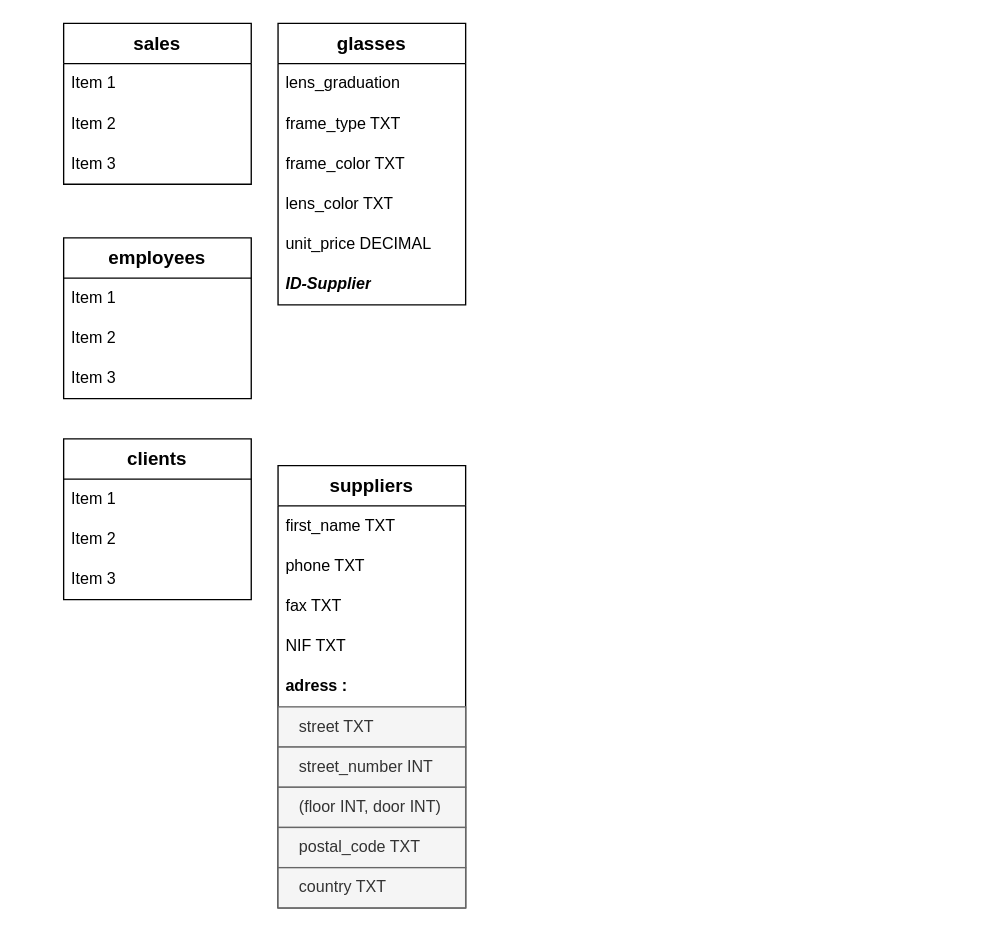
The draw.io diagram modelOptica.drawio in carlajuani/Sprint2, before the edit. Source tidied: cells renumbered, new cells numbered last; positions are measured from the earlier drawing's top-left corner, leaving out a move shared by most shapes. Both pictures are drawn from the tidied source at 134%, with x=0, y=0 at pixel (63, 23).
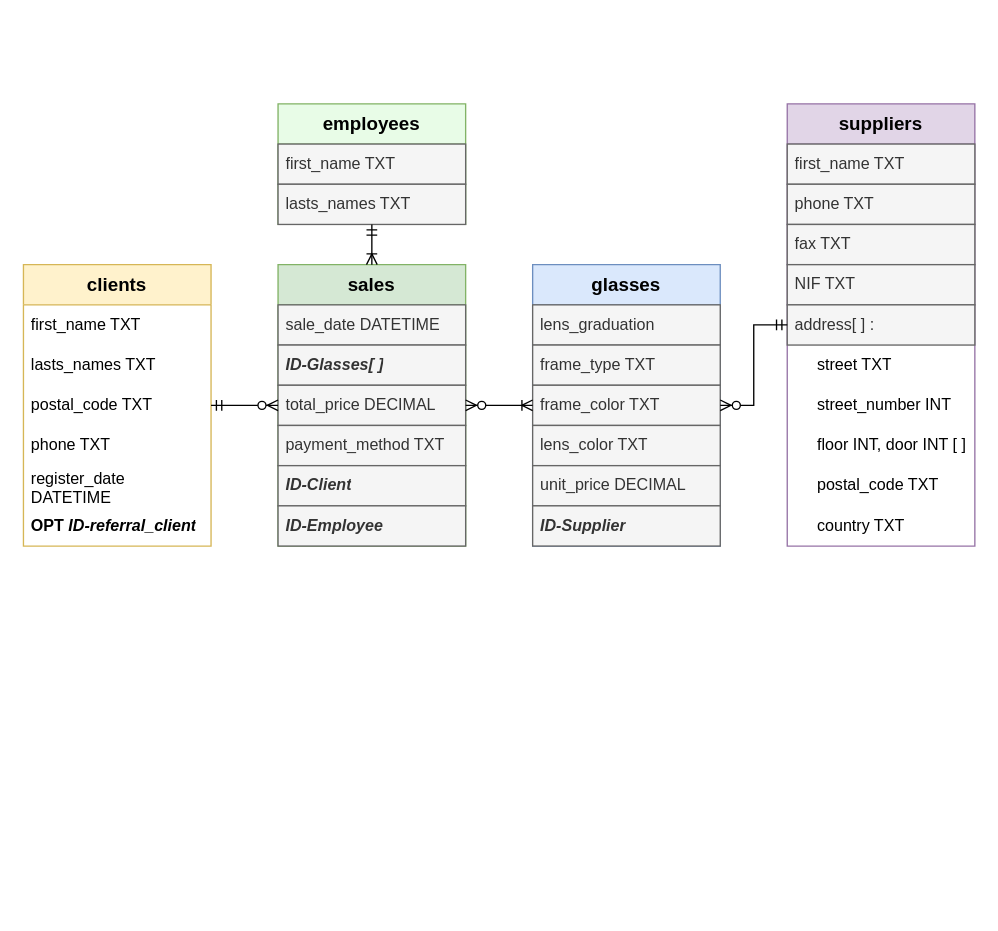
The same page after the edit.

Diff of the diagram source:
```diff
@@
-    <mxCell id="2" value="&lt;font style=&quot;font-size: 14px;&quot;&gt;&lt;b&gt;employees&lt;/b&gt;&lt;/font&gt;" style="swimlane;fontStyle=0;horizontal=1;startSize=30;whiteSpace=wrap;html=1;" parent="1" vertex="1">
-      <mxGeometry y="160" width="140" height="120" as="geometry" />
+    <mxCell id="2" value="&lt;font style=&quot;font-size: 14px;&quot;&gt;&lt;b&gt;employees&lt;/b&gt;&lt;/font&gt;" style="swimlane;fontStyle=0;horizontal=1;startSize=30;whiteSpace=wrap;html=1;fillColor=#E8FCE7;strokeColor=#82b366;" parent="1" vertex="1">
+      <mxGeometry x="160" y="60" width="140" height="90" as="geometry" />
     </mxCell>
-    <mxCell id="3" value="Item 1" style="text;strokeColor=none;fillColor=none;align=left;verticalAlign=middle;spacingLeft=4;spacingRight=4;overflow=hidden;whiteSpace=wrap;html=1;" parent="2" vertex="1">
+    <mxCell id="3" value="first_name TXT" style="text;strokeColor=#666666;fillColor=#f5f5f5;align=left;verticalAlign=middle;spacingLeft=4;spacingRight=4;overflow=hidden;whiteSpace=wrap;html=1;fontColor=#333333;" parent="2" vertex="1">
       <mxGeometry y="30" width="140" height="30" as="geometry" />
     </mxCell>
-    <mxCell id="4" value="Item 2" style="text;strokeColor=none;fillColor=none;align=left;verticalAlign=middle;spacingLeft=4;spacingRight=4;overflow=hidden;whiteSpace=wrap;html=1;" parent="2" vertex="1">
+    <mxCell id="4" value="lasts_names TXT" style="text;strokeColor=#666666;fillColor=#f5f5f5;align=left;verticalAlign=middle;spacingLeft=4;spacingRight=4;overflow=hidden;whiteSpace=wrap;html=1;fontColor=#333333;" parent="2" vertex="1">
       <mxGeometry y="60" width="140" height="30" as="geometry" />
     </mxCell>
-    <mxCell id="5" value="Item 3" style="text;strokeColor=none;fillColor=none;align=left;verticalAlign=middle;spacingLeft=4;spacingRight=4;overflow=hidden;whiteSpace=wrap;html=1;" parent="2" vertex="1">
-      <mxGeometry y="90" width="140" height="30" as="geometry" />
-    </mxCell>
-    <mxCell id="6" value="&lt;font size=&quot;1&quot;&gt;&lt;b style=&quot;font-size: 14px;&quot;&gt;sales&lt;/b&gt;&lt;/font&gt;" style="swimlane;fontStyle=0;horizontal=1;startSize=30;whiteSpace=wrap;html=1;" parent="1" vertex="1">
-      <mxGeometry width="140" height="120" as="geometry" />
+    <mxCell id="6" value="&lt;font size=&quot;1&quot;&gt;&lt;b style=&quot;font-size: 14px;&quot;&gt;sales&lt;/b&gt;&lt;/font&gt;" style="swimlane;fontStyle=0;horizontal=1;startSize=30;whiteSpace=wrap;html=1;fillColor=#d5e8d4;strokeColor=#82b366;" parent="1" vertex="1">
+      <mxGeometry x="160" y="180" width="140" height="210" as="geometry" />
     </mxCell>
-    <mxCell id="7" value="Item 1" style="text;strokeColor=none;fillColor=none;align=left;verticalAlign=middle;spacingLeft=4;spacingRight=4;overflow=hidden;whiteSpace=wrap;html=1;" parent="6" vertex="1">
+    <mxCell id="7" value="sale_date DATETIME" style="text;strokeColor=#666666;fillColor=#f5f5f5;align=left;verticalAlign=middle;spacingLeft=4;spacingRight=4;overflow=hidden;whiteSpace=wrap;html=1;fontColor=#333333;" parent="6" vertex="1">
       <mxGeometry y="30" width="140" height="30" as="geometry" />
     </mxCell>
+    <mxCell id="9" value="&lt;b&gt;&lt;i&gt;ID-Glasses[ ]&lt;/i&gt;&lt;/b&gt;" style="text;strokeColor=#666666;fillColor=#f5f5f5;align=left;verticalAlign=middle;spacingLeft=4;spacingRight=4;overflow=hidden;whiteSpace=wrap;html=1;fontColor=#333333;" parent="6" vertex="1">
+      <mxGeometry y="60" width="140" height="30" as="geometry" />
+    </mxCell>
+    <mxCell id="32" value="total_price DECIMAL" style="text;strokeColor=#666666;fillColor=#f5f5f5;align=left;verticalAlign=middle;spacingLeft=4;spacingRight=4;overflow=hidden;whiteSpace=wrap;html=1;fontColor=#333333;" parent="6" vertex="1">
+      <mxGeometry y="90" width="140" height="30" as="geometry" />
+    </mxCell>
+    <mxCell id="33" value="payment_method TXT" style="text;strokeColor=#666666;fillColor=#f5f5f5;align=left;verticalAlign=middle;spacingLeft=4;spacingRight=4;overflow=hidden;whiteSpace=wrap;html=1;fontColor=#333333;" parent="6" vertex="1">
+      <mxGeometry y="120" width="140" height="30" as="geometry" />
+    </mxCell>
-    <mxCell id="8" value="Item 2" style="text;strokeColor=none;fillColor=none;align=left;verticalAlign=middle;spacingLeft=4;spacingRight=4;overflow=hidden;whiteSpace=wrap;html=1;" parent="6" vertex="1">
-      <mxGeometry y="60" width="140" height="30" as="geometry" />
+    <mxCell id="8" value="&lt;i&gt;&lt;b&gt;ID-Client&lt;/b&gt;&lt;/i&gt;" style="text;strokeColor=#666666;fillColor=#f5f5f5;align=left;verticalAlign=middle;spacingLeft=4;spacingRight=4;overflow=hidden;whiteSpace=wrap;html=1;fontColor=#333333;" parent="6" vertex="1">
+      <mxGeometry y="150" width="140" height="30" as="geometry" />
     </mxCell>
-    <mxCell id="9" value="Item 3" style="text;strokeColor=none;fillColor=none;align=left;verticalAlign=middle;spacingLeft=4;spacingRight=4;overflow=hidden;whiteSpace=wrap;html=1;" parent="6" vertex="1">
-      <mxGeometry y="90" width="140" height="30" as="geometry" />
-    </mxCell>
+    <mxCell id="34" value="&lt;i&gt;&lt;b&gt;ID-Employee&lt;/b&gt;&lt;/i&gt;" style="text;strokeColor=#666666;fillColor=#f5f5f5;align=left;verticalAlign=middle;spacingLeft=4;spacingRight=4;overflow=hidden;whiteSpace=wrap;html=1;fontColor=#333333;" parent="6" vertex="1">
+      <mxGeometry y="180" width="140" height="30" as="geometry" />
+    </mxCell>
-    <mxCell id="10" value="&lt;b&gt;&lt;font style=&quot;font-size: 14px;&quot;&gt;glasses&lt;/font&gt;&lt;/b&gt;" style="swimlane;fontStyle=0;horizontal=1;startSize=30;whiteSpace=wrap;html=1;" parent="1" vertex="1">
-      <mxGeometry x="160" width="140" height="210" as="geometry" />
+    <mxCell id="10" value="&lt;b&gt;&lt;font style=&quot;font-size: 14px;&quot;&gt;glasses&lt;/font&gt;&lt;/b&gt;" style="swimlane;fontStyle=0;horizontal=1;startSize=30;whiteSpace=wrap;html=1;fillColor=#dae8fc;strokeColor=#6c8ebf;" parent="1" vertex="1">
+      <mxGeometry x="350" y="180" width="140" height="210" as="geometry" />
     </mxCell>
-    <mxCell id="11" value="lens_graduation" style="text;strokeColor=none;fillColor=none;align=left;verticalAlign=middle;spacingLeft=4;spacingRight=4;overflow=hidden;whiteSpace=wrap;html=1;" parent="10" vertex="1">
+    <mxCell id="11" value="lens_graduation" style="text;strokeColor=#666666;fillColor=#f5f5f5;align=left;verticalAlign=middle;spacingLeft=4;spacingRight=4;overflow=hidden;whiteSpace=wrap;html=1;fontColor=#333333;" parent="10" vertex="1">
       <mxGeometry y="30" width="140" height="30" as="geometry" />
     </mxCell>
-    <mxCell id="12" value="frame_type TXT" style="text;strokeColor=none;fillColor=none;align=left;verticalAlign=middle;spacingLeft=4;spacingRight=4;overflow=hidden;whiteSpace=wrap;html=1;" parent="10" vertex="1">
+    <mxCell id="12" value="frame_type TXT" style="text;strokeColor=#666666;fillColor=#f5f5f5;align=left;verticalAlign=middle;spacingLeft=4;spacingRight=4;overflow=hidden;whiteSpace=wrap;html=1;fontColor=#333333;" parent="10" vertex="1">
       <mxGeometry y="60" width="140" height="30" as="geometry" />
     </mxCell>
-    <mxCell id="13" value="frame_color TXT" style="text;strokeColor=none;fillColor=none;align=left;verticalAlign=middle;spacingLeft=4;spacingRight=4;overflow=hidden;whiteSpace=wrap;html=1;" parent="10" vertex="1">
+    <mxCell id="13" value="frame_color TXT" style="text;strokeColor=#666666;fillColor=#f5f5f5;align=left;verticalAlign=middle;spacingLeft=4;spacingRight=4;overflow=hidden;whiteSpace=wrap;html=1;fontColor=#333333;" parent="10" vertex="1">
       <mxGeometry y="90" width="140" height="30" as="geometry" />
     </mxCell>
-    <mxCell id="14" value="lens_color TXT" style="text;strokeColor=none;fillColor=none;align=left;verticalAlign=middle;spacingLeft=4;spacingRight=4;overflow=hidden;whiteSpace=wrap;html=1;" parent="10" vertex="1">
+    <mxCell id="14" value="lens_color TXT" style="text;strokeColor=#666666;fillColor=#f5f5f5;align=left;verticalAlign=middle;spacingLeft=4;spacingRight=4;overflow=hidden;whiteSpace=wrap;html=1;fontColor=#333333;" parent="10" vertex="1">
       <mxGeometry y="120" width="140" height="30" as="geometry" />
     </mxCell>
-    <mxCell id="15" value="unit_price DECIMAL" style="text;strokeColor=none;fillColor=none;align=left;verticalAlign=middle;spacingLeft=4;spacingRight=4;overflow=hidden;whiteSpace=wrap;html=1;" parent="10" vertex="1">
+    <mxCell id="15" value="unit_price DECIMAL" style="text;strokeColor=#666666;fillColor=#f5f5f5;align=left;verticalAlign=middle;spacingLeft=4;spacingRight=4;overflow=hidden;whiteSpace=wrap;html=1;fontColor=#333333;" parent="10" vertex="1">
       <mxGeometry y="150" width="140" height="30" as="geometry" />
     </mxCell>
-    <mxCell id="16" value="&lt;i&gt;&lt;b&gt;ID-Supplier&lt;/b&gt;&lt;/i&gt;" style="text;strokeColor=none;fillColor=none;align=left;verticalAlign=middle;spacingLeft=4;spacingRight=4;overflow=hidden;whiteSpace=wrap;html=1;" parent="10" vertex="1">
+    <mxCell id="16" value="&lt;i&gt;&lt;b&gt;ID-Supplier&lt;/b&gt;&lt;/i&gt;" style="text;strokeColor=#666666;fillColor=#f5f5f5;align=left;verticalAlign=middle;spacingLeft=4;spacingRight=4;overflow=hidden;whiteSpace=wrap;html=1;fontColor=#333333;" parent="10" vertex="1">
       <mxGeometry y="180" width="140" height="30" as="geometry" />
     </mxCell>
-    <mxCell id="17" value="&lt;font size=&quot;1&quot;&gt;&lt;b style=&quot;font-size: 14px;&quot;&gt;clients&lt;/b&gt;&lt;/font&gt;" style="swimlane;fontStyle=0;horizontal=1;startSize=30;whiteSpace=wrap;html=1;" parent="1" vertex="1">
-      <mxGeometry y="310" width="140" height="120" as="geometry" />
+    <mxCell id="17" value="&lt;font size=&quot;1&quot;&gt;&lt;b style=&quot;font-size: 14px;&quot;&gt;clients&lt;/b&gt;&lt;/font&gt;" style="swimlane;fontStyle=0;horizontal=1;startSize=30;whiteSpace=wrap;html=1;fillColor=#fff2cc;strokeColor=#d6b656;" parent="1" vertex="1">
+      <mxGeometry x="-30" y="180" width="140" height="210" as="geometry" />
     </mxCell>
+    <mxCell id="35" value="first_name TXT" style="text;strokeColor=none;fillColor=none;align=left;verticalAlign=middle;spacingLeft=4;spacingRight=4;overflow=hidden;whiteSpace=wrap;html=1;" parent="17" vertex="1">
+      <mxGeometry y="30" width="140" height="30" as="geometry" />
+    </mxCell>
+    <mxCell id="36" value="lasts_names TXT" style="text;strokeColor=none;fillColor=none;align=left;verticalAlign=middle;spacingLeft=4;spacingRight=4;overflow=hidden;whiteSpace=wrap;html=1;" parent="17" vertex="1">
+      <mxGeometry y="60" width="140" height="30" as="geometry" />
+    </mxCell>
+    <mxCell id="37" value="postal_code TXT" style="text;align=left;verticalAlign=middle;spacingLeft=4;spacingRight=4;overflow=hidden;whiteSpace=wrap;html=1;shadow=0;glass=0;rounded=0;" parent="17" vertex="1">
+      <mxGeometry y="90" width="140" height="30" as="geometry" />
+    </mxCell>
+    <mxCell id="38" value="phone TXT" style="text;strokeColor=none;fillColor=none;align=left;verticalAlign=middle;spacingLeft=4;spacingRight=4;overflow=hidden;whiteSpace=wrap;html=1;" parent="17" vertex="1">
+      <mxGeometry y="120" width="140" height="30" as="geometry" />
+    </mxCell>
-    <mxCell id="18" value="Item 1" style="text;strokeColor=none;fillColor=none;align=left;verticalAlign=middle;spacingLeft=4;spacingRight=4;overflow=hidden;whiteSpace=wrap;html=1;" parent="17" vertex="1">
-      <mxGeometry y="30" width="140" height="30" as="geometry" />
+    <mxCell id="18" value="register_date DATETIME" style="text;strokeColor=none;fillColor=none;align=left;verticalAlign=middle;spacingLeft=4;spacingRight=4;overflow=hidden;whiteSpace=wrap;html=1;" parent="17" vertex="1">
+      <mxGeometry y="150" width="140" height="30" as="geometry" />
     </mxCell>
-    <mxCell id="19" value="Item 2" style="text;strokeColor=none;fillColor=none;align=left;verticalAlign=middle;spacingLeft=4;spacingRight=4;overflow=hidden;whiteSpace=wrap;html=1;" parent="17" vertex="1">
-      <mxGeometry y="60" width="140" height="30" as="geometry" />
+    <mxCell id="19" value="&lt;b&gt;OPT&lt;/b&gt; &lt;i&gt;&lt;b&gt;ID-referral_client&lt;br&gt;&lt;/b&gt;&lt;/i&gt;" style="text;strokeColor=none;fillColor=none;align=left;verticalAlign=middle;spacingLeft=4;spacingRight=4;overflow=hidden;whiteSpace=wrap;html=1;" parent="17" vertex="1">
+      <mxGeometry y="180" width="140" height="30" as="geometry" />
     </mxCell>
-    <mxCell id="20" value="Item 3" style="text;strokeColor=none;fillColor=none;align=left;verticalAlign=middle;spacingLeft=4;spacingRight=4;overflow=hidden;whiteSpace=wrap;html=1;" parent="17" vertex="1">
-      <mxGeometry y="90" width="140" height="30" as="geometry" />
-    </mxCell>
-    <mxCell id="21" value="&lt;font style=&quot;font-size: 14px;&quot;&gt;&lt;b&gt;suppliers&lt;/b&gt;&lt;/font&gt;" style="swimlane;fontStyle=0;horizontal=1;startSize=30;whiteSpace=wrap;html=1;" parent="1" vertex="1">
-      <mxGeometry x="160" y="330" width="140" height="330" as="geometry" />
+    <mxCell id="21" value="&lt;font style=&quot;font-size: 14px;&quot;&gt;&lt;b&gt;suppliers&lt;/b&gt;&lt;/font&gt;" style="swimlane;fontStyle=0;horizontal=1;startSize=30;whiteSpace=wrap;html=1;fillColor=#e1d5e7;strokeColor=#9673a6;" parent="1" vertex="1">
+      <mxGeometry x="540" y="60" width="140" height="330" as="geometry" />
     </mxCell>
-    <mxCell id="22" value="first_name TXT" style="text;strokeColor=none;fillColor=none;align=left;verticalAlign=middle;spacingLeft=4;spacingRight=4;overflow=hidden;whiteSpace=wrap;html=1;" parent="21" vertex="1">
+    <mxCell id="22" value="first_name TXT" style="text;strokeColor=#666666;fillColor=#f5f5f5;align=left;verticalAlign=middle;spacingLeft=4;spacingRight=4;overflow=hidden;whiteSpace=wrap;html=1;fontColor=#333333;" parent="21" vertex="1">
       <mxGeometry y="30" width="140" height="30" as="geometry" />
     </mxCell>
-    <mxCell id="23" value="phone TXT" style="text;strokeColor=none;fillColor=none;align=left;verticalAlign=middle;spacingLeft=4;spacingRight=4;overflow=hidden;whiteSpace=wrap;html=1;" parent="21" vertex="1">
+    <mxCell id="23" value="phone TXT" style="text;strokeColor=#666666;fillColor=#f5f5f5;align=left;verticalAlign=middle;spacingLeft=4;spacingRight=4;overflow=hidden;whiteSpace=wrap;html=1;fontColor=#333333;" parent="21" vertex="1">
       <mxGeometry y="60" width="140" height="30" as="geometry" />
     </mxCell>
-    <mxCell id="24" value="fax TXT" style="text;strokeColor=none;fillColor=none;align=left;verticalAlign=middle;spacingLeft=4;spacingRight=4;overflow=hidden;whiteSpace=wrap;html=1;" parent="21" vertex="1">
+    <mxCell id="24" value="fax TXT" style="text;strokeColor=#666666;fillColor=#f5f5f5;align=left;verticalAlign=middle;spacingLeft=4;spacingRight=4;overflow=hidden;whiteSpace=wrap;html=1;fontColor=#333333;" parent="21" vertex="1">
       <mxGeometry y="90" width="140" height="30" as="geometry" />
     </mxCell>
-    <mxCell id="25" value="NIF TXT" style="text;strokeColor=none;fillColor=none;align=left;verticalAlign=middle;spacingLeft=4;spacingRight=4;overflow=hidden;whiteSpace=wrap;html=1;" parent="21" vertex="1">
+    <mxCell id="25" value="NIF TXT" style="text;strokeColor=#666666;fillColor=#f5f5f5;align=left;verticalAlign=middle;spacingLeft=4;spacingRight=4;overflow=hidden;whiteSpace=wrap;html=1;fontColor=#333333;" parent="21" vertex="1">
       <mxGeometry y="120" width="140" height="30" as="geometry" />
     </mxCell>
-    <mxCell id="26" value="&lt;b&gt;adress :&lt;/b&gt;" style="text;strokeColor=none;fillColor=none;align=left;verticalAlign=middle;spacingLeft=4;spacingRight=4;overflow=hidden;whiteSpace=wrap;html=1;" parent="21" vertex="1">
+    <mxCell id="26" value="address[ ] :" style="text;strokeColor=#666666;fillColor=#f5f5f5;align=left;verticalAlign=middle;spacingLeft=4;spacingRight=4;overflow=hidden;whiteSpace=wrap;html=1;fontColor=#333333;" parent="21" vertex="1">
       <mxGeometry y="150" width="140" height="30" as="geometry" />
     </mxCell>
-    <mxCell id="27" value="&amp;nbsp;&amp;nbsp; street TXT" style="text;strokeColor=#666666;fillColor=#f5f5f5;align=left;verticalAlign=middle;spacingLeft=4;spacingRight=4;overflow=hidden;whiteSpace=wrap;html=1;shadow=0;glass=0;rounded=0;fontColor=#333333;" parent="21" vertex="1">
+    <mxCell id="27" value="&amp;nbsp;&amp;nbsp;&amp;nbsp;&amp;nbsp; street TXT" style="text;align=left;verticalAlign=middle;spacingLeft=4;spacingRight=4;overflow=hidden;whiteSpace=wrap;html=1;shadow=0;glass=0;rounded=0;" parent="21" vertex="1">
       <mxGeometry y="180" width="140" height="30" as="geometry" />
     </mxCell>
-    <mxCell id="28" value="&amp;nbsp;&amp;nbsp; street_number INT" style="text;strokeColor=#666666;fillColor=#f5f5f5;align=left;verticalAlign=middle;spacingLeft=4;spacingRight=4;overflow=hidden;whiteSpace=wrap;html=1;shadow=0;glass=0;rounded=0;fontColor=#333333;" parent="21" vertex="1">
+    <mxCell id="28" value="&amp;nbsp;&amp;nbsp; &amp;nbsp; street_number INT" style="text;align=left;verticalAlign=middle;spacingLeft=4;spacingRight=4;overflow=hidden;whiteSpace=wrap;html=1;shadow=0;glass=0;rounded=0;" parent="21" vertex="1">
       <mxGeometry y="210" width="140" height="30" as="geometry" />
     </mxCell>
-    <mxCell id="29" value="&amp;nbsp;&amp;nbsp; (floor INT, door INT) " style="text;strokeColor=#666666;fillColor=#f5f5f5;align=left;verticalAlign=middle;spacingLeft=4;spacingRight=4;overflow=hidden;whiteSpace=wrap;html=1;fontColor=#333333;" parent="21" vertex="1">
+    <mxCell id="29" value="&amp;nbsp;&amp;nbsp;&amp;nbsp;&amp;nbsp; floor INT, door INT [ ] " style="text;align=left;verticalAlign=middle;spacingLeft=4;spacingRight=4;overflow=hidden;whiteSpace=wrap;html=1;" parent="21" vertex="1">
       <mxGeometry y="240" width="140" height="30" as="geometry" />
     </mxCell>
-    <mxCell id="30" value="&amp;nbsp;&amp;nbsp; postal_code TXT" style="text;strokeColor=#666666;fillColor=#f5f5f5;align=left;verticalAlign=middle;spacingLeft=4;spacingRight=4;overflow=hidden;whiteSpace=wrap;html=1;shadow=0;glass=0;rounded=0;fontColor=#333333;" parent="21" vertex="1">
+    <mxCell id="30" value="&amp;nbsp;&amp;nbsp; &amp;nbsp; postal_code TXT" style="text;align=left;verticalAlign=middle;spacingLeft=4;spacingRight=4;overflow=hidden;whiteSpace=wrap;html=1;shadow=0;glass=0;rounded=0;" parent="21" vertex="1">
       <mxGeometry y="270" width="140" height="30" as="geometry" />
     </mxCell>
-    <mxCell id="31" value="&amp;nbsp;&amp;nbsp; country TXT" style="text;strokeColor=#666666;fillColor=#f5f5f5;align=left;verticalAlign=middle;spacingLeft=4;spacingRight=4;overflow=hidden;whiteSpace=wrap;html=1;shadow=0;glass=0;rounded=0;fontColor=#333333;" parent="21" vertex="1">
+    <mxCell id="31" value="&amp;nbsp;&amp;nbsp; &amp;nbsp; country TXT" style="text;align=left;verticalAlign=middle;spacingLeft=4;spacingRight=4;overflow=hidden;whiteSpace=wrap;html=1;shadow=0;glass=0;rounded=0;" parent="21" vertex="1">
       <mxGeometry y="300" width="140" height="30" as="geometry" />
     </mxCell>
+    <mxCell id="39" style="edgeStyle=orthogonalEdgeStyle;fontSize=12;html=1;endArrow=ERoneToMany;startArrow=ERmandOne;rounded=0;" parent="1" edge="1" source="2" target="6">
+      <mxGeometry relative="1" as="geometry" />
+    </mxCell>
+    <mxCell id="40" style="fontSize=12;html=1;endArrow=ERzeroToMany;startArrow=ERmandOne;rounded=0;edgeStyle=orthogonalEdgeStyle;" parent="1" edge="1" source="17" target="6">
+      <mxGeometry relative="1" as="geometry" />
+    </mxCell>
+    <mxCell id="41" style="edgeStyle=entityRelationEdgeStyle;fontSize=12;html=1;endArrow=ERoneToMany;startArrow=ERzeroToMany;rounded=0;" parent="1" edge="1" source="6" target="10">
+      <mxGeometry relative="1" as="geometry" />
+    </mxCell>
+    <mxCell id="42" style="edgeStyle=orthogonalEdgeStyle;fontSize=12;html=1;endArrow=ERzeroToMany;startArrow=ERmandOne;rounded=0;" parent="1" edge="1" source="21" target="10">
+      <mxGeometry relative="1" as="geometry" />
+    </mxCell>
```
